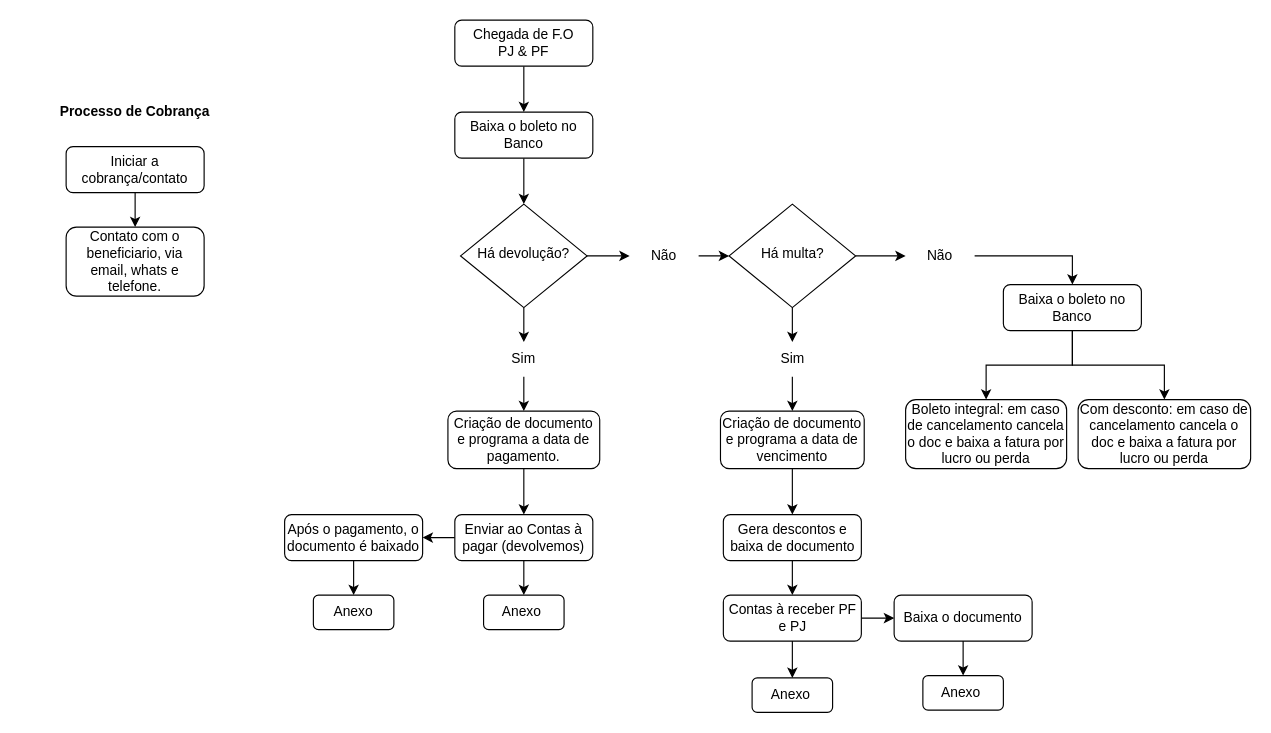
The draw.io diagram portfolio/fluxo financeiro.drawio in OLuizArruda/alura, before the edit. Source tidied: cells renumbered, new cells numbered last; positions are measured from the earlier drawing's top-left corner, leaving out a move shared by most shapes. Both pictures are drawn from the tidied source at 115%, with x=0, y=0 at pixel (20, 20).
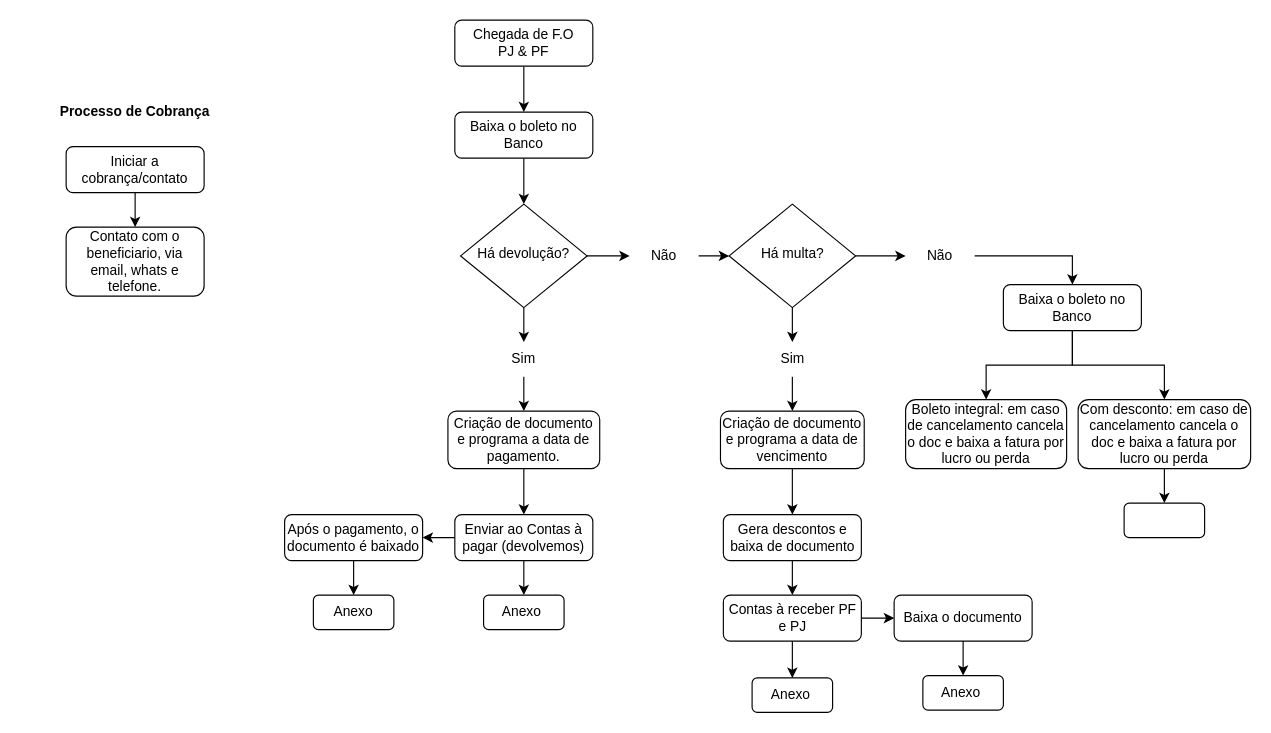
Above is the later version.

The change refers to these unchanged cells:
```xml
<mxCell id="36" value="Com desconto: em caso de cancelamento cancela o doc e baixa a fatura por lucro ou perda" style="rounded=1;whiteSpace=wrap;html=1;fontSize=12;glass=0;strokeWidth=1;shadow=0;" parent="1" vertex="1">
  <mxGeometry x="920" y="330" width="150" height="60" as="geometry" />
</mxCell>
```

The edit, as a diff of the source:
```diff
@@
+    <mxCell id="49" style="edgeStyle=orthogonalEdgeStyle;rounded=0;jettySize=auto;html=1;" parent="1" edge="1" source="36" target="50">
+      <mxGeometry relative="1" as="geometry" />
+    </mxCell>
@@
+    <mxCell id="50" style="whiteSpace=wrap;html=1;rounded=1;glass=0;strokeWidth=1;shadow=0;" parent="1" vertex="1">
+      <mxGeometry x="960" y="420" width="70" height="30" as="geometry" />
+    </mxCell>
```
